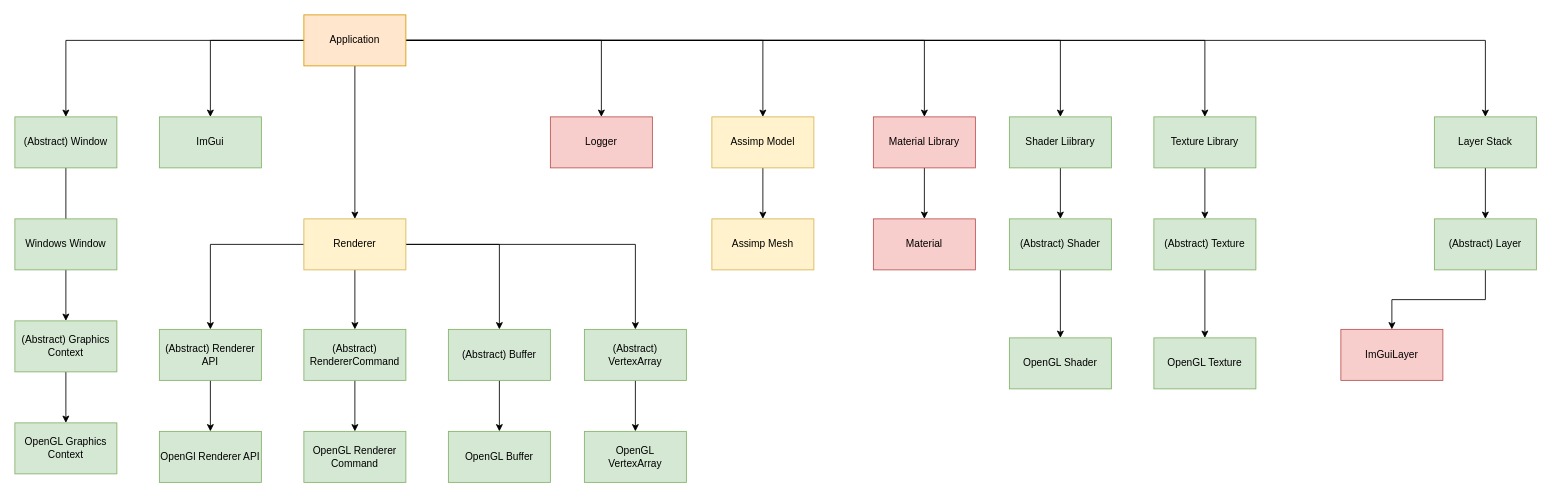
This is AppFlow.drawio from I-Hudson/Engine-Framework, a draw.io file, before an edit. Source tidied: cells renumbered, new cells numbered last; positions are measured from the earlier drawing's top-left corner, leaving out a move shared by most shapes. Both pictures are drawn from the tidied source at 85%, with x=0, y=0 at pixel (14, 14).
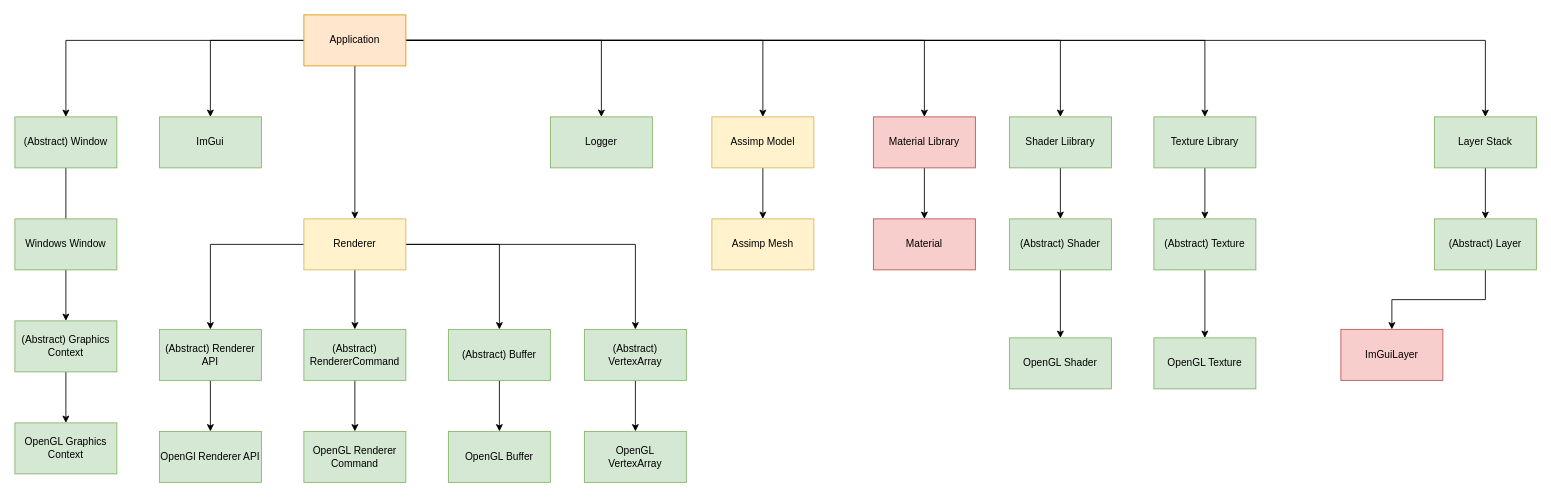
Above is the later version.

What changed in the source:
```diff
@@
-    <mxCell id="57" value="Logger" style="rounded=0;whiteSpace=wrap;html=1;fillColor=#f8cecc;strokeColor=#b85450;" parent="1" vertex="1">
+    <mxCell id="57" value="Logger" style="rounded=0;whiteSpace=wrap;html=1;fillColor=#d5e8d4;strokeColor=#82b366;" parent="1" vertex="1">
       <mxGeometry x="630" y="120" width="120" height="60" as="geometry" />
     </mxCell>
```
